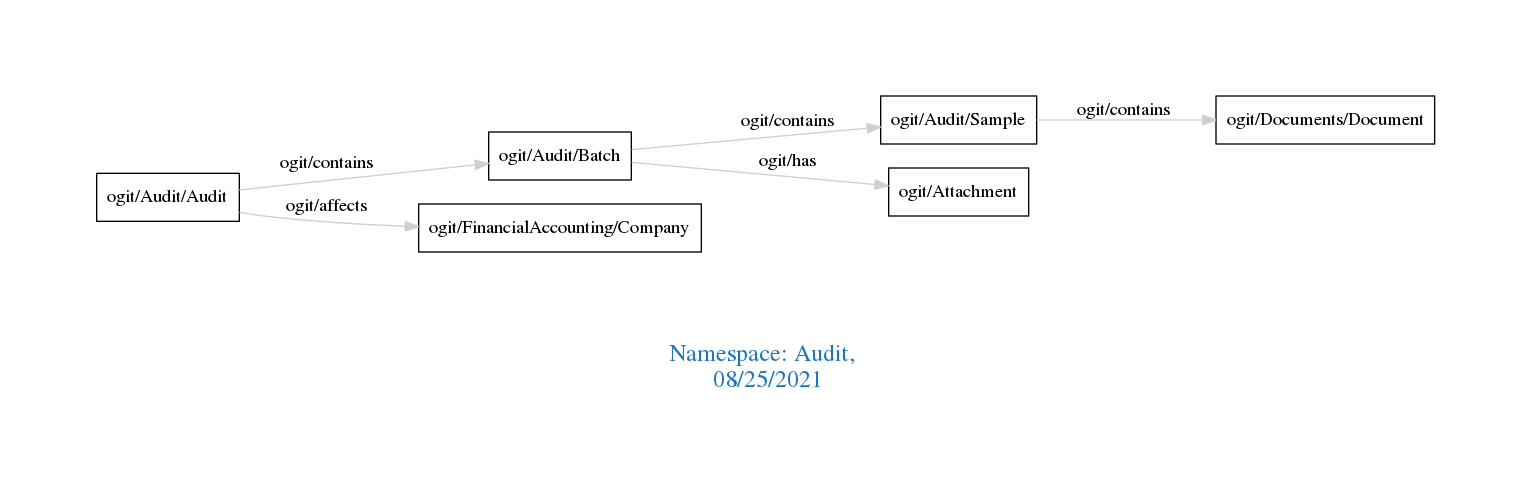
This is downloads/Audit.png from arago/OGIT, a Graphviz export, as it was before one commit. Its source is kept beside it as downloads/Audit.dot.
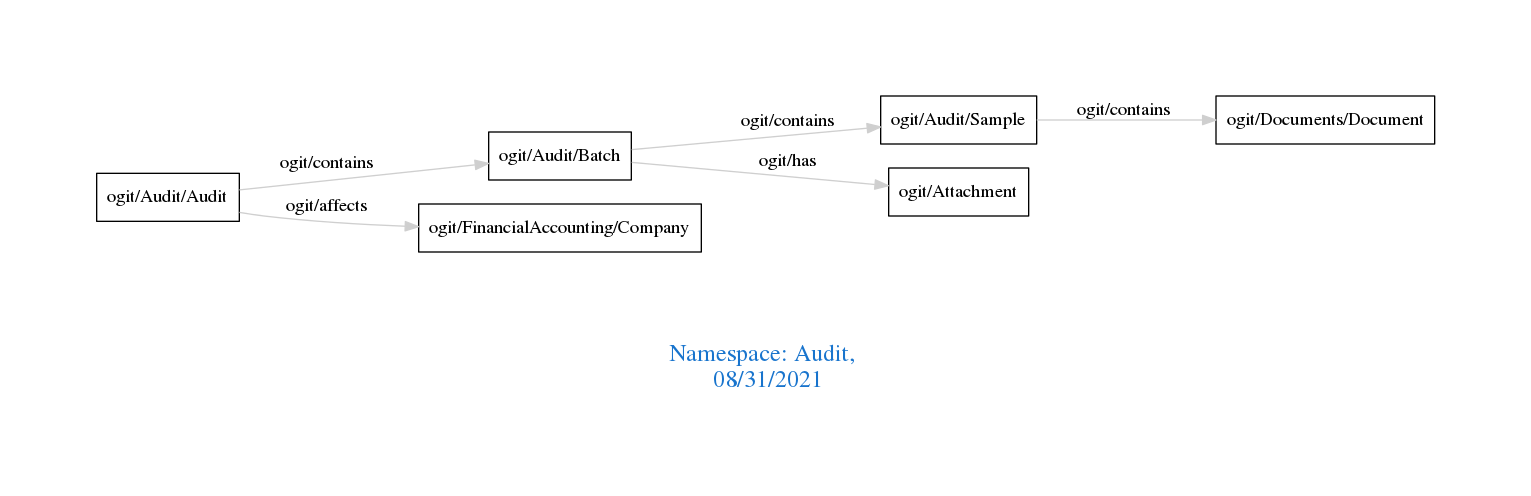
The same file after the commit.

Diff of the diagram source:
```diff
@@ -1,7 +1,7 @@
 digraph OGIT_ontology {
  graph [ rankdir= LR,pad=1
 fontsize = 18,
-fontcolor= dodgerblue3,label = "\n\n\nNamespace: Audit, \n 08/25/2021"];
+fontcolor= dodgerblue3,label = "\n\n\nNamespace: Audit, \n 08/31/2021"];
 node[shape=polygon];
 edge [  color="gray81"];
 
```
